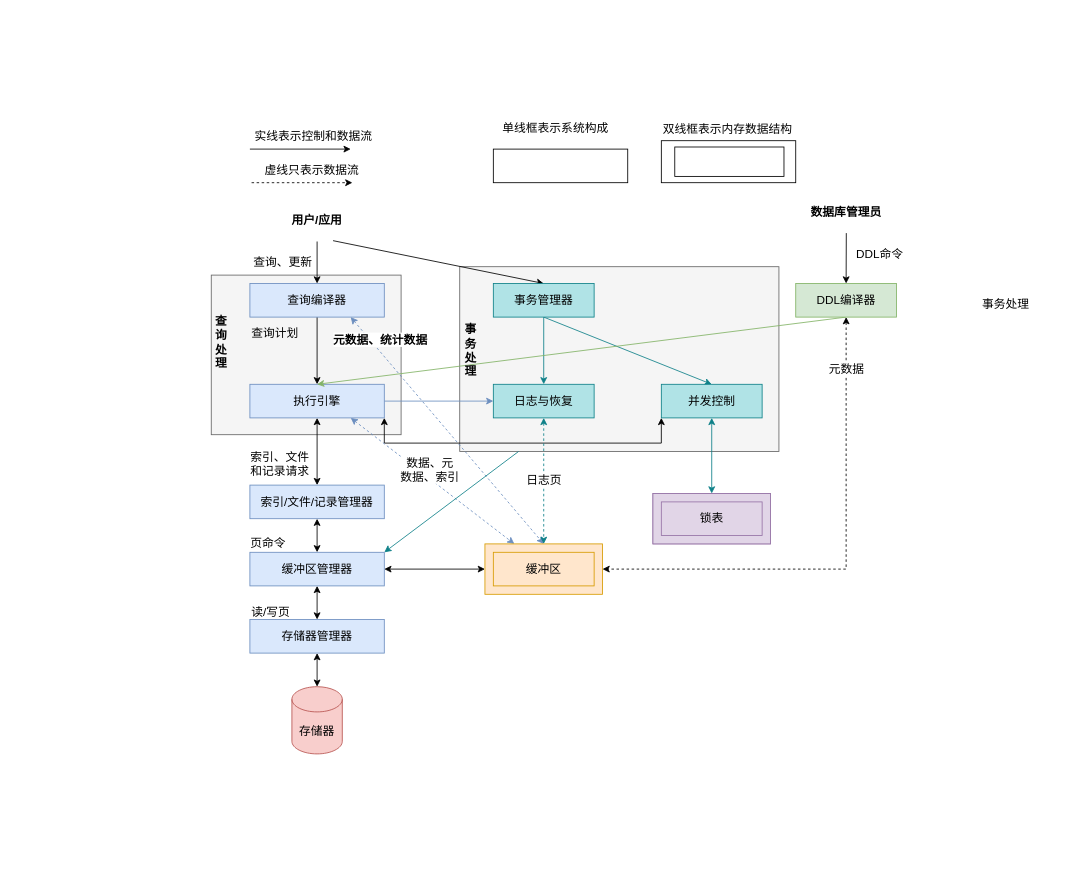
Earlier version of the draw.io diagram page "数据库管理系统概述" (12 of 12) of Draw.io/DB.drawio (DepInjoy/geektime). Source tidied: cells renumbered, new cells numbered last; positions are measured from the earlier drawing's top-left corner, leaving out a move shared by most shapes. Both pictures are drawn from the tidied source at 84%, with x=0, y=0 at pixel (211, 115).
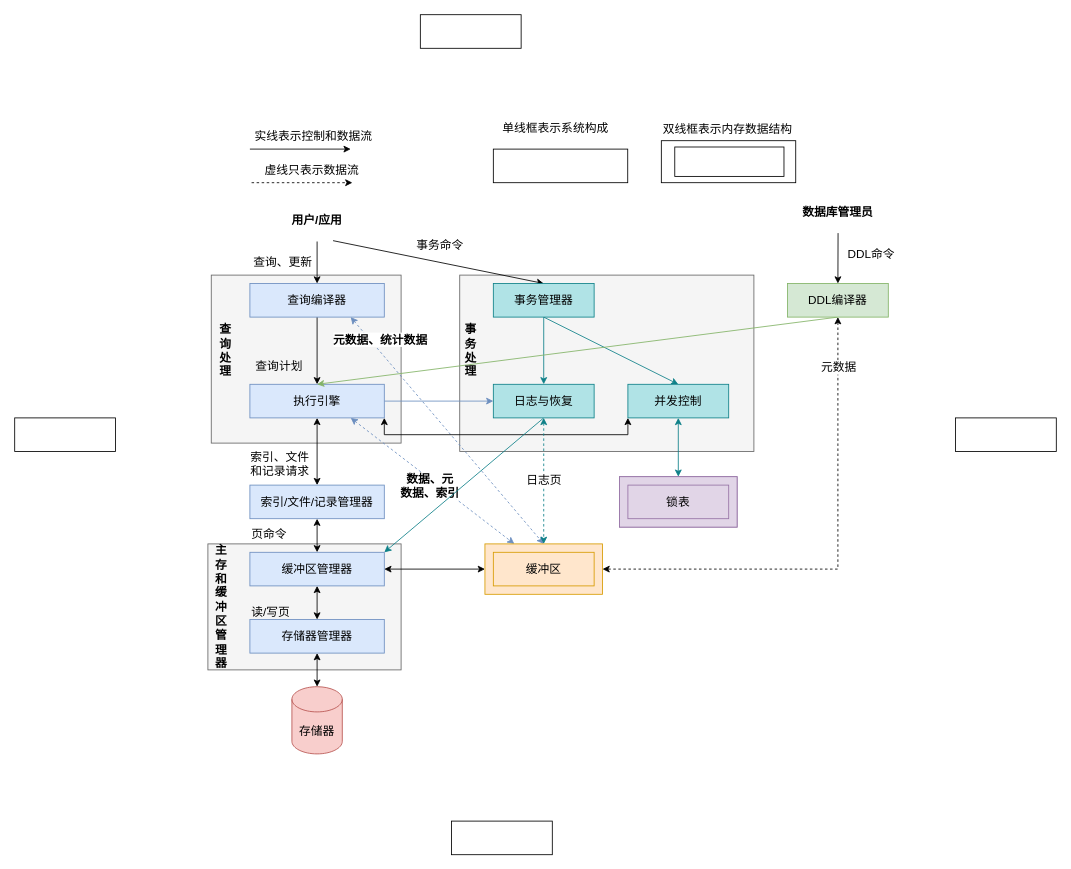
The same page after the edit.

The change refers to these unchanged cells:
```xml
<mxCell id="11" style="rounded=0;jettySize=auto;html=1;exitX=0.75;exitY=1;exitDx=0;exitDy=0;entryX=0.25;entryY=0;entryDx=0;entryDy=0;fontSize=14;startArrow=classic;startFill=1;dashed=1;fillColor=#dae8fc;strokeColor=#6c8ebf;" parent="1" edge="1" source="14" target="24">
  <mxGeometry relative="1" as="geometry" />
</mxCell>
<mxCell id="14" value="执行引擎" style="rounded=0;whiteSpace=wrap;html=1;fontSize=14;fillColor=#dae8fc;strokeColor=#6c8ebf;" parent="1" vertex="1">
  <mxGeometry x="46" y="320" width="160" height="40" as="geometry" />
</mxCell>
<mxCell id="19" value="缓冲区管理器" style="rounded=0;whiteSpace=wrap;html=1;fontSize=14;fillColor=#dae8fc;strokeColor=#6c8ebf;" parent="1" vertex="1">
  <mxGeometry x="46" y="520" width="160" height="40" as="geometry" />
</mxCell>
<mxCell id="40" value="日志与恢复" style="rounded=0;whiteSpace=wrap;html=1;fontSize=14;fillColor=#b0e3e6;strokeColor=#0e8088;" parent="1" vertex="1">
  <mxGeometry x="335.8" y="320" width="120" height="40" as="geometry" />
</mxCell>
```

Diff of the diagram source:
```diff
@@
+    <mxCell id="66" style="rounded=0;whiteSpace=wrap;html=1;fontSize=14;fillColor=#f5f5f5;fontColor=#333333;strokeColor=#666666;" parent="1" vertex="1">
+      <mxGeometry x="-4" y="510" width="230" height="150" as="geometry" />
+    </mxCell>
     <mxCell id="2" style="rounded=0;whiteSpace=wrap;html=1;fontSize=14;fillColor=#f5f5f5;fontColor=#333333;strokeColor=#666666;" parent="1" vertex="1">
-      <mxGeometry y="190" width="226" height="190" as="geometry" />
+      <mxGeometry y="190" width="226" height="200" as="geometry" />
     </mxCell>
     <mxCell id="3" style="rounded=0;whiteSpace=wrap;html=1;fontSize=14;fillColor=#f5f5f5;fontColor=#333333;strokeColor=#666666;" parent="1" vertex="1">
-      <mxGeometry x="295.8" y="180" width="380" height="220" as="geometry" />
+      <mxGeometry x="295.8" y="190" width="350.2" height="210" as="geometry" />
     </mxCell>
@@
     <mxCell id="10" style="edgeStyle=orthogonalEdgeStyle;rounded=0;jettySize=auto;html=1;exitX=1;exitY=1;exitDx=0;exitDy=0;entryX=0;entryY=1;entryDx=0;entryDy=0;fontSize=14;startArrow=classic;startFill=1;" parent="1" edge="1" source="14" target="42">
       <mxGeometry relative="1" as="geometry">
         <Array as="points">
-          <mxPoint x="206" y="390" />
-          <mxPoint x="536" y="390" />
+          <mxPoint x="206" y="380" />
+          <mxPoint x="496" y="380" />
         </Array>
       </mxGeometry>
     </mxCell>
@@
-    <mxCell id="12" value="数据、元&lt;br&gt;数据、索引" style="edgeLabel;html=1;align=center;verticalAlign=middle;fontSize=14;" parent="11" vertex="1">
+    <mxCell id="12" value="&lt;b&gt;数据、元&lt;br&gt;数据、索引&lt;/b&gt;" style="edgeLabel;html=1;align=center;verticalAlign=middle;fontSize=14;" parent="11" vertex="1">
       <mxGeometry x="-0.45" y="5" relative="1" as="geometry">
-        <mxPoint x="37" y="24" as="offset" />
+        <mxPoint x="37" y="43" as="offset" />
       </mxGeometry>
     </mxCell>
@@
     <mxCell id="29" value="查询计划" style="text;html=1;strokeColor=none;fillColor=none;align=left;verticalAlign=middle;whiteSpace=wrap;rounded=0;fontSize=14;" parent="1" vertex="1">
-      <mxGeometry x="46" y="250" width="75" height="17" as="geometry" />
+      <mxGeometry x="51" y="290" width="75" height="17" as="geometry" />
     </mxCell>
     <mxCell id="30" value="页命令" style="text;html=1;strokeColor=none;fillColor=none;align=left;verticalAlign=middle;whiteSpace=wrap;rounded=0;fontSize=14;" parent="1" vertex="1">
-      <mxGeometry x="45" y="500" width="83" height="17" as="geometry" />
+      <mxGeometry x="46" y="490" width="80" height="17" as="geometry" />
     </mxCell>
@@
-    <mxCell id="39" style="rounded=0;jettySize=auto;html=1;exitX=0.25;exitY=1;exitDx=0;exitDy=0;entryX=1;entryY=0;entryDx=0;entryDy=0;fontSize=14;startArrow=none;startFill=0;fillColor=#b0e3e6;strokeColor=#0e8088;" parent="1" edge="1" target="19">
-      <mxGeometry relative="1" as="geometry">
-        <mxPoint x="365.8" y="400" as="sourcePoint" />
-      </mxGeometry>
+    <mxCell id="39" style="rounded=0;jettySize=auto;html=1;exitX=0.5;exitY=1;exitDx=0;exitDy=0;entryX=1;entryY=0;entryDx=0;entryDy=0;fontSize=14;startArrow=none;startFill=0;fillColor=#b0e3e6;strokeColor=#0e8088;" parent="1" edge="1" source="40" target="19">
+      <mxGeometry relative="1" as="geometry" />
     </mxCell>
@@
     <mxCell id="42" value="并发控制" style="rounded=0;whiteSpace=wrap;html=1;fontSize=14;fillColor=#b0e3e6;strokeColor=#0e8088;" parent="1" vertex="1">
-      <mxGeometry x="535.8" y="320" width="120" height="40" as="geometry" />
+      <mxGeometry x="496" y="320" width="120" height="40" as="geometry" />
     </mxCell>
     <mxCell id="43" style="group;" parent="1" vertex="1">
-      <mxGeometry x="525.8" y="450" width="140" height="60" as="geometry" />
+      <mxGeometry x="486" y="430" width="140" height="60" as="geometry" />
     </mxCell>
@@
     <mxCell id="50" value="DDL编译器" style="rounded=0;whiteSpace=wrap;html=1;fontSize=14;fillColor=#d5e8d4;strokeColor=#82b366;" parent="1" vertex="1">
-      <mxGeometry x="695.8" y="200" width="120" height="40" as="geometry" />
+      <mxGeometry x="686" y="200" width="120" height="40" as="geometry" />
     </mxCell>
     <mxCell id="51" value="&lt;b&gt;数据库管理员&lt;/b&gt;" style="text;html=1;strokeColor=none;fillColor=none;align=center;verticalAlign=middle;whiteSpace=wrap;rounded=0;fontSize=14;" parent="1" vertex="1">
-      <mxGeometry x="695.8" y="100" width="120" height="30" as="geometry" />
+      <mxGeometry x="686" y="100" width="120" height="30" as="geometry" />
     </mxCell>
     <mxCell id="52" style="endArrow=classic;html=1;rounded=0;fontSize=14;entryX=0.5;entryY=0;entryDx=0;entryDy=0;" parent="1" edge="1" target="50">
       <mxGeometry relative="1" as="geometry">
-        <mxPoint x="756" y="140" as="sourcePoint" />
+        <mxPoint x="746.2" y="140" as="sourcePoint" />
       </mxGeometry>
     </mxCell>
     <mxCell id="53" value="DDL命令" style="text;html=1;strokeColor=none;fillColor=none;align=center;verticalAlign=middle;whiteSpace=wrap;rounded=0;fontSize=14;" parent="1" vertex="1">
-      <mxGeometry x="765.8" y="150" width="60" height="30" as="geometry" />
+      <mxGeometry x="756" y="150" width="60" height="30" as="geometry" />
     </mxCell>
@@
-    <mxCell id="61" style="group;" parent="1" vertex="1">
-      <mxGeometry x="525.8" y="30" width="140" height="60" as="geometry" />
-    </mxCell>
@@
-    <mxCell id="63" value="事务处理" style="text;html=1;strokeColor=none;fillColor=none;align=center;verticalAlign=middle;whiteSpace=wrap;rounded=0;fontSize=14;" parent="1" vertex="1">
-      <mxGeometry x="916" y="210" width="60" height="30" as="geometry" />
-    </mxCell>
-    <mxCell id="64" value="&lt;b&gt;查&lt;br&gt;询&lt;br&gt;处&lt;br&gt;理&lt;/b&gt;" style="text;html=1;strokeColor=none;fillColor=none;align=center;verticalAlign=middle;whiteSpace=wrap;rounded=0;fontSize=14;" parent="1" vertex="1">
-      <mxGeometry x="4" y="200" width="16" height="140" as="geometry" />
+    <mxCell id="64" value="&lt;b&gt;主存和缓冲区管理器&lt;br&gt;&lt;/b&gt;" style="text;html=1;strokeColor=none;fillColor=none;align=center;verticalAlign=middle;whiteSpace=wrap;rounded=0;fontSize=14;" parent="1" vertex="1">
+      <mxGeometry x="4" y="515" width="16" height="140" as="geometry" />
     </mxCell>
@@
+    <mxCell id="67" value="&lt;font style=&quot;font-size: 14px;&quot;&gt;事务命令&lt;/font&gt;" style="text;html=1;strokeColor=none;fillColor=none;align=center;verticalAlign=middle;whiteSpace=wrap;rounded=0;" parent="1" vertex="1">
+      <mxGeometry x="239" y="140" width="67" height="30" as="geometry" />
+    </mxCell>
+    <mxCell id="68" value="&lt;b&gt;查&lt;br&gt;询&lt;br&gt;处&lt;br&gt;理&lt;/b&gt;" style="text;html=1;strokeColor=none;fillColor=none;align=center;verticalAlign=middle;whiteSpace=wrap;rounded=0;fontSize=14;" parent="1" vertex="1">
+      <mxGeometry x="9" y="210" width="16" height="140" as="geometry" />
+    </mxCell>
+    <mxCell id="69" style="rounded=0;whiteSpace=wrap;html=1;" parent="1" vertex="1">
+      <mxGeometry x="-234" y="360" width="120" height="40" as="geometry" />
+    </mxCell>
+    <mxCell id="70" style="rounded=0;whiteSpace=wrap;html=1;" parent="1" vertex="1">
+      <mxGeometry x="286" y="840" width="120" height="40" as="geometry" />
+    </mxCell>
+    <mxCell id="71" style="rounded=0;whiteSpace=wrap;html=1;" parent="1" vertex="1">
+      <mxGeometry x="886" y="360" width="120" height="40" as="geometry" />
+    </mxCell>
+    <mxCell id="72" style="rounded=0;whiteSpace=wrap;html=1;" parent="1" vertex="1">
+      <mxGeometry x="248.9" y="-120" width="120" height="40" as="geometry" />
+    </mxCell>
```
